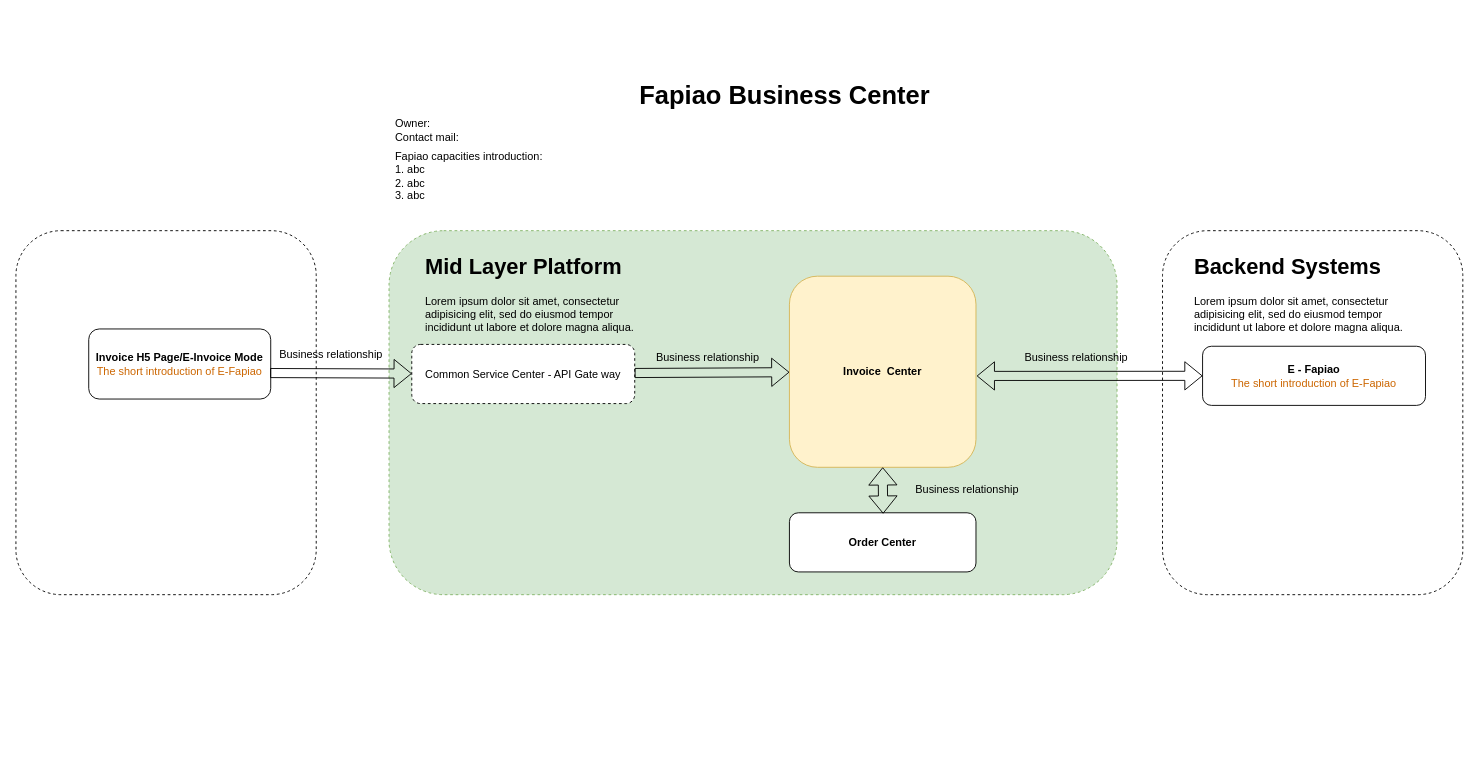
Above: page "B - Fapiao" (4 of 4) of Mid Layer Platform Order Business Flow Arch.drawio in sotheair/designs (draw.io), before the change. Source tidied: cells renumbered, new cells numbered last; positions are measured from the earlier drawing's top-left corner, leaving out a move shared by most shapes. Both pictures are drawn from the tidied source at 91%, with x=0, y=0 at pixel (15, 66).
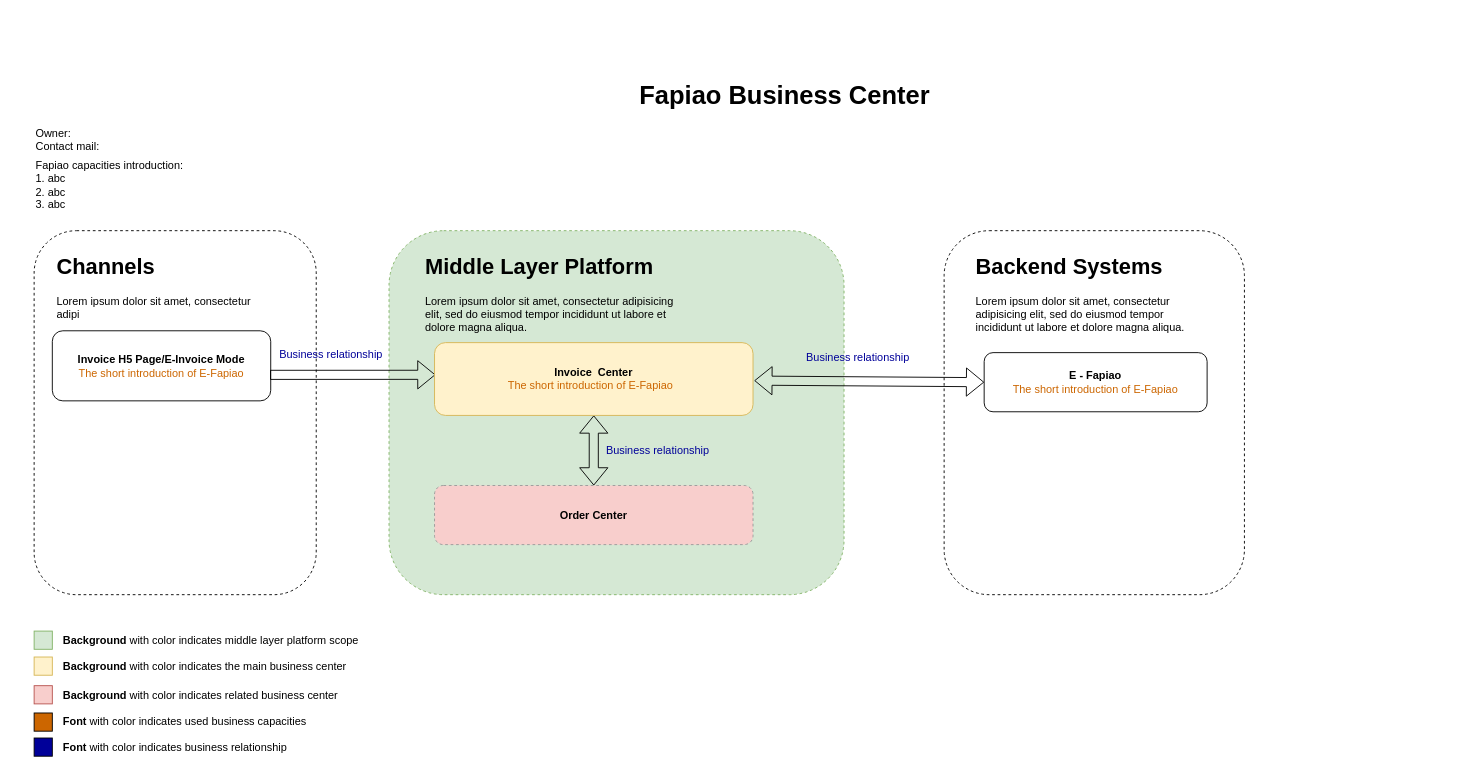
Above is the later version.

What changed in the source:
```diff
@@
     <mxCell id="2" style="rounded=1;whiteSpace=wrap;html=1;dashed=1;fillColor=none;strokeColor=#000000;" parent="1" vertex="1">
-      <mxGeometry y="180" width="330" height="400" as="geometry" />
+      <mxGeometry x="20" y="180" width="310" height="400" as="geometry" />
     </mxCell>
     <mxCell id="3" value="&lt;b&gt;Invoice H5 Page/E-Invoice Mode&lt;br&gt;&lt;/b&gt;&lt;span style=&quot;color: rgb(204 , 102 , 0)&quot;&gt;The short introduction of E-Fapiao&lt;/span&gt;&lt;b&gt;&lt;br&gt;&lt;/b&gt;" style="rounded=1;whiteSpace=wrap;html=1;fillColor=none;strokeColor=#000000;" parent="1" vertex="1">
-      <mxGeometry x="80" y="288" width="200" height="77" as="geometry" />
+      <mxGeometry x="40" y="290" width="240" height="77" as="geometry" />
     </mxCell>
     <mxCell id="4" style="rounded=1;whiteSpace=wrap;html=1;dashed=1;fillColor=#d5e8d4;strokeColor=#82b366;" parent="1" vertex="1">
-      <mxGeometry x="410" y="180" width="800" height="400" as="geometry" />
+      <mxGeometry x="410" y="180" width="500" height="400" as="geometry" />
     </mxCell>
-    <mxCell id="5" value="&lt;h1&gt;Mid Layer Platform&lt;/h1&gt;&lt;p&gt;Lorem ipsum dolor sit amet, consectetur adipisicing elit, sed do eiusmod tempor incididunt ut labore et dolore magna aliqua.&lt;/p&gt;" style="text;html=1;strokeColor=none;fillColor=none;spacing=5;spacingTop=-20;whiteSpace=wrap;overflow=hidden;rounded=0;dashed=1;" parent="1" vertex="1">
-      <mxGeometry x="445" y="200" width="250" height="120" as="geometry" />
+    <mxCell id="5" value="&lt;h1&gt;Middle Layer Platform&lt;/h1&gt;&lt;p&gt;Lorem ipsum dolor sit amet, consectetur adipisicing elit, sed do eiusmod tempor incididunt ut labore et dolore magna aliqua.&lt;/p&gt;" style="text;html=1;strokeColor=none;fillColor=none;spacing=5;spacingTop=-20;whiteSpace=wrap;overflow=hidden;rounded=0;dashed=1;" parent="1" vertex="1">
+      <mxGeometry x="445" y="200" width="295" height="120" as="geometry" />
     </mxCell>
-    <mxCell id="6" value="Common Service Center - API Gate way" style="rounded=1;whiteSpace=wrap;html=1;dashed=1;" parent="1" vertex="1">
-      <mxGeometry x="435" y="305" width="245" height="65" as="geometry" />
-    </mxCell>
-    <mxCell id="7" value="&lt;b&gt;Invoice&amp;nbsp; Center &lt;/b&gt;" style="rounded=1;whiteSpace=wrap;html=1;fillColor=#fff2cc;strokeColor=#d6b656;" parent="1" vertex="1">
-      <mxGeometry x="850" y="230" width="205" height="210" as="geometry" />
-    </mxCell>
-    <mxCell id="8" value="&lt;b&gt;Order Center &lt;/b&gt;" style="rounded=1;whiteSpace=wrap;html=1;" parent="1" vertex="1">
-      <mxGeometry x="850" y="490" width="205" height="65" as="geometry" />
+    <mxCell id="8" value="&lt;b&gt;Order Center &lt;/b&gt;" style="rounded=1;whiteSpace=wrap;html=1;fillColor=#f8cecc;strokeColor=#999999;dashed=1;" parent="1" vertex="1">
+      <mxGeometry x="460" y="460" width="350" height="65" as="geometry" />
     </mxCell>
     <mxCell id="9" style="rounded=1;whiteSpace=wrap;html=1;dashed=1;fillColor=none;strokeColor=#000000;" parent="1" vertex="1">
-      <mxGeometry x="1260" y="180" width="330" height="400" as="geometry" />
+      <mxGeometry x="1020" y="180" width="330" height="400" as="geometry" />
     </mxCell>
     <mxCell id="10" value="&lt;h1&gt;Backend Systems&lt;/h1&gt;&lt;p&gt;Lorem ipsum dolor sit amet, consectetur adipisicing elit, sed do eiusmod tempor incididunt ut labore et dolore magna aliqua.&lt;/p&gt;" style="text;html=1;strokeColor=none;fillColor=none;spacing=5;spacingTop=-20;whiteSpace=wrap;overflow=hidden;rounded=0;dashed=1;" parent="1" vertex="1">
-      <mxGeometry x="1290" y="200" width="250" height="120" as="geometry" />
+      <mxGeometry x="1050" y="200" width="250" height="120" as="geometry" />
     </mxCell>
     <mxCell id="11" value="&lt;b&gt;E - Fapiao&lt;/b&gt;&lt;br&gt;&lt;span style=&quot;color: rgb(204 , 102 , 0)&quot;&gt;The short introduction of E-Fapiao&lt;/span&gt;" style="rounded=1;whiteSpace=wrap;html=1;" parent="1" vertex="1">
-      <mxGeometry x="1304" y="307" width="245" height="65" as="geometry" />
+      <mxGeometry x="1064" y="314" width="245" height="65" as="geometry" />
     </mxCell>
@@
-    <mxCell id="13" style="shape=flexArrow;endArrow=classic;html=1;fontSize=45;exitX=0.997;exitY=0.629;exitDx=0;exitDy=0;exitPerimeter=0;" parent="1" edge="1" source="3" target="6">
+    <mxCell id="13" style="shape=flexArrow;endArrow=classic;html=1;fontSize=45;exitX=0.997;exitY=0.629;exitDx=0;exitDy=0;exitPerimeter=0;entryX=0.003;entryY=0.442;entryDx=0;entryDy=0;entryPerimeter=0;" parent="1" edge="1" source="3" target="7">
       <mxGeometry relative="1" as="geometry" />
     </mxCell>
-    <mxCell id="14" style="shape=flexArrow;endArrow=classic;html=1;fontSize=45;exitX=0.997;exitY=0.629;exitDx=0;exitDy=0;exitPerimeter=0;" parent="1" edge="1" target="7">
-      <mxGeometry relative="1" as="geometry">
-        <mxPoint x="679.9" y="336.4" as="sourcePoint" />
-      </mxGeometry>
-    </mxCell>
-    <mxCell id="15" style="shape=flexArrow;endArrow=classic;startArrow=classic;html=1;fontSize=45;" parent="1" edge="1">
-      <mxGeometry relative="1" as="geometry">
-        <mxPoint x="953" y="491" as="sourcePoint" />
-        <mxPoint x="952.5" y="440" as="targetPoint" />
-      </mxGeometry>
-    </mxCell>
@@
-    <mxCell id="17" value="Business relationship" style="text;strokeColor=none;fillColor=none;html=1;fontSize=12;fontStyle=0;verticalAlign=middle;align=center;" parent="1" vertex="1">
-      <mxGeometry x="1100" y="305" width="130" height="30" as="geometry" />
+    <mxCell id="17" value="&lt;font color=&quot;#000099&quot;&gt;Business relationship&lt;/font&gt;" style="text;strokeColor=none;fillColor=none;html=1;fontSize=12;fontStyle=0;verticalAlign=middle;align=center;" parent="1" vertex="1">
+      <mxGeometry x="860" y="305" width="130" height="30" as="geometry" />
     </mxCell>
-    <mxCell id="18" value="Business relationship" style="text;strokeColor=none;fillColor=none;html=1;fontSize=12;fontStyle=0;verticalAlign=middle;align=center;" parent="1" vertex="1">
+    <mxCell id="18" value="&lt;font color=&quot;#000099&quot;&gt;Business relationship&lt;/font&gt;" style="text;strokeColor=none;fillColor=none;html=1;fontSize=12;fontStyle=0;verticalAlign=middle;align=center;" parent="1" vertex="1">
       <mxGeometry x="281" y="301" width="130" height="30" as="geometry" />
     </mxCell>
-    <mxCell id="19" value="Business relationship" style="text;strokeColor=none;fillColor=none;html=1;fontSize=12;fontStyle=0;verticalAlign=middle;align=center;" parent="1" vertex="1">
-      <mxGeometry x="695" y="305" width="130" height="30" as="geometry" />
-    </mxCell>
-    <mxCell id="20" value="Business relationship" style="text;strokeColor=none;fillColor=none;html=1;fontSize=12;fontStyle=0;verticalAlign=middle;align=center;" parent="1" vertex="1">
-      <mxGeometry x="980" y="450" width="130" height="30" as="geometry" />
+    <mxCell id="20" value="&lt;font color=&quot;#000099&quot;&gt;Business relationship&lt;/font&gt;" style="text;strokeColor=none;fillColor=none;html=1;fontSize=12;fontStyle=0;verticalAlign=middle;align=center;" parent="1" vertex="1">
+      <mxGeometry x="640" y="406.5" width="130" height="30" as="geometry" />
     </mxCell>
     <mxCell id="21" value="Owner:&lt;br&gt;Contact mail:" style="text;html=1;strokeColor=none;fillColor=none;align=left;verticalAlign=middle;whiteSpace=wrap;rounded=0;" parent="1" vertex="1">
-      <mxGeometry x="415" y="50" width="225" height="40" as="geometry" />
+      <mxGeometry x="20" y="60" width="225" height="40" as="geometry" />
     </mxCell>
     <mxCell id="22" value="Fapiao capacities introduction:&lt;br&gt;1. abc&amp;nbsp;&lt;br&gt;2. abc&lt;br&gt;3. abc&amp;nbsp;" style="text;html=1;strokeColor=none;fillColor=none;align=left;verticalAlign=middle;whiteSpace=wrap;rounded=0;" parent="1" vertex="1">
-      <mxGeometry x="415" y="90" width="695" height="60" as="geometry" />
+      <mxGeometry x="20" y="100" width="695" height="60" as="geometry" />
     </mxCell>
+    <mxCell id="15" style="shape=flexArrow;endArrow=classic;startArrow=classic;html=1;fontSize=45;" parent="1" edge="1" source="8" target="7">
+      <mxGeometry relative="1" as="geometry" />
+    </mxCell>
+    <mxCell id="7" value="&lt;b&gt;Invoice&amp;nbsp; Center&lt;br&gt;&lt;/b&gt;&lt;span style=&quot;color: rgb(204 , 102 , 0)&quot;&gt;The short introduction of E-Fapiao&lt;/span&gt;&lt;b&gt;&amp;nbsp;&amp;nbsp;&lt;/b&gt;" style="rounded=1;whiteSpace=wrap;html=1;fillColor=#fff2cc;strokeColor=#d6b656;" parent="1" vertex="1">
+      <mxGeometry x="460" y="303" width="350" height="80" as="geometry" />
+    </mxCell>
+    <mxCell id="23" value="&lt;h1&gt;Channels&lt;/h1&gt;&lt;p&gt;Lorem ipsum dolor sit amet, consectetur adipi&lt;/p&gt;" style="text;html=1;strokeColor=none;fillColor=none;spacing=5;spacingTop=-20;whiteSpace=wrap;overflow=hidden;rounded=0;dashed=1;" parent="1" vertex="1">
+      <mxGeometry x="40" y="200" width="250" height="85" as="geometry" />
+    </mxCell>
+    <mxCell id="24" style="rounded=0;whiteSpace=wrap;html=1;fillColor=#CC6600;" parent="1" vertex="1">
+      <mxGeometry x="20" y="710" width="20" height="20" as="geometry" />
+    </mxCell>
+    <mxCell id="25" style="rounded=0;whiteSpace=wrap;html=1;fillColor=#000099;" parent="1" vertex="1">
+      <mxGeometry x="20" y="737.5" width="20" height="20" as="geometry" />
+    </mxCell>
+    <mxCell id="26" value="&lt;b&gt;Font &lt;/b&gt;with color indicates used business capacities&amp;nbsp;" style="text;html=1;strokeColor=none;fillColor=none;align=left;verticalAlign=middle;whiteSpace=wrap;rounded=0;" parent="1" vertex="1">
+      <mxGeometry x="50" y="710" width="280" height="20" as="geometry" />
+    </mxCell>
+    <mxCell id="27" value="&lt;b&gt;Font&lt;/b&gt; with color indicates business relationship" style="text;html=1;strokeColor=none;fillColor=none;align=left;verticalAlign=middle;whiteSpace=wrap;rounded=0;" parent="1" vertex="1">
+      <mxGeometry x="50" y="738" width="305" height="20" as="geometry" />
+    </mxCell>
+    <mxCell id="28" style="rounded=0;whiteSpace=wrap;html=1;fillColor=#d5e8d4;strokeColor=#82b366;" parent="1" vertex="1">
+      <mxGeometry x="20" y="620" width="20" height="20" as="geometry" />
+    </mxCell>
+    <mxCell id="29" value="&lt;b&gt;Background&amp;nbsp;&lt;/b&gt;with color indicates middle layer platform scope" style="text;html=1;strokeColor=none;fillColor=none;align=left;verticalAlign=middle;whiteSpace=wrap;rounded=0;" parent="1" vertex="1">
+      <mxGeometry x="50" y="620.5" width="344" height="20" as="geometry" />
+    </mxCell>
+    <mxCell id="30" style="rounded=0;whiteSpace=wrap;html=1;fillColor=#fff2cc;strokeColor=#d6b656;" parent="1" vertex="1">
+      <mxGeometry x="20" y="648.5" width="20" height="20" as="geometry" />
+    </mxCell>
+    <mxCell id="31" value="&lt;b&gt;Background&amp;nbsp;&lt;/b&gt;with color indicates the main business center" style="text;html=1;strokeColor=none;fillColor=none;align=left;verticalAlign=middle;whiteSpace=wrap;rounded=0;" parent="1" vertex="1">
+      <mxGeometry x="50" y="649" width="344" height="20" as="geometry" />
+    </mxCell>
+    <mxCell id="32" style="rounded=0;whiteSpace=wrap;html=1;fillColor=#f8cecc;strokeColor=#b85450;" parent="1" vertex="1">
+      <mxGeometry x="20" y="680" width="20" height="20" as="geometry" />
+    </mxCell>
+    <mxCell id="33" value="&lt;b&gt;Background&amp;nbsp;&lt;/b&gt;with color indicates related business center" style="text;html=1;strokeColor=none;fillColor=none;align=left;verticalAlign=middle;whiteSpace=wrap;rounded=0;" parent="1" vertex="1">
+      <mxGeometry x="50" y="680.5" width="344" height="20" as="geometry" />
+    </mxCell>
```
